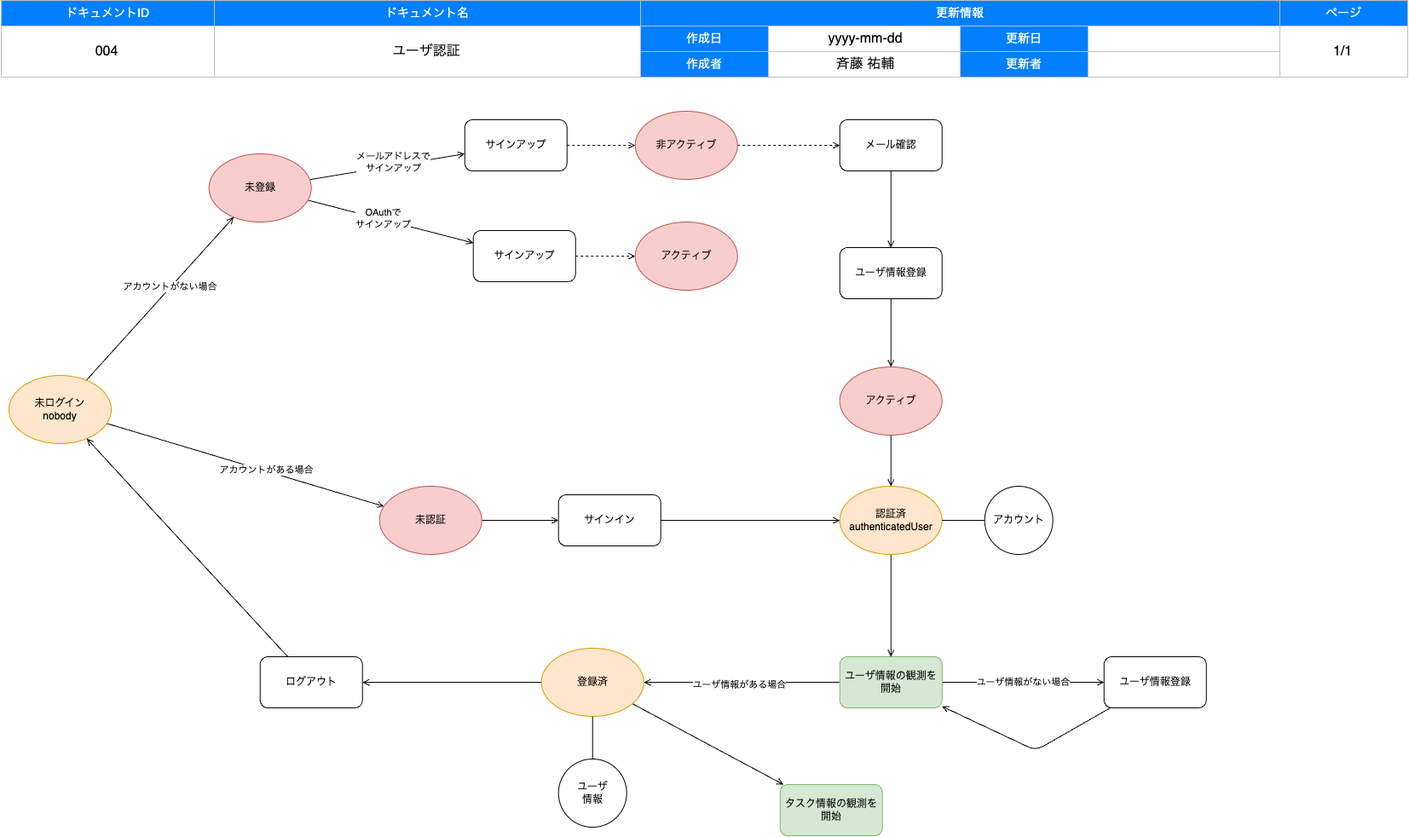
This is documents/authentication.drawio.png from uskithub/CABoilerplate, a draw.io export, as it was before one commit. Source tidied: cells renumbered, new cells last; positions are measured from the earlier drawing's top-left corner, leaving out a move shared by most shapes.
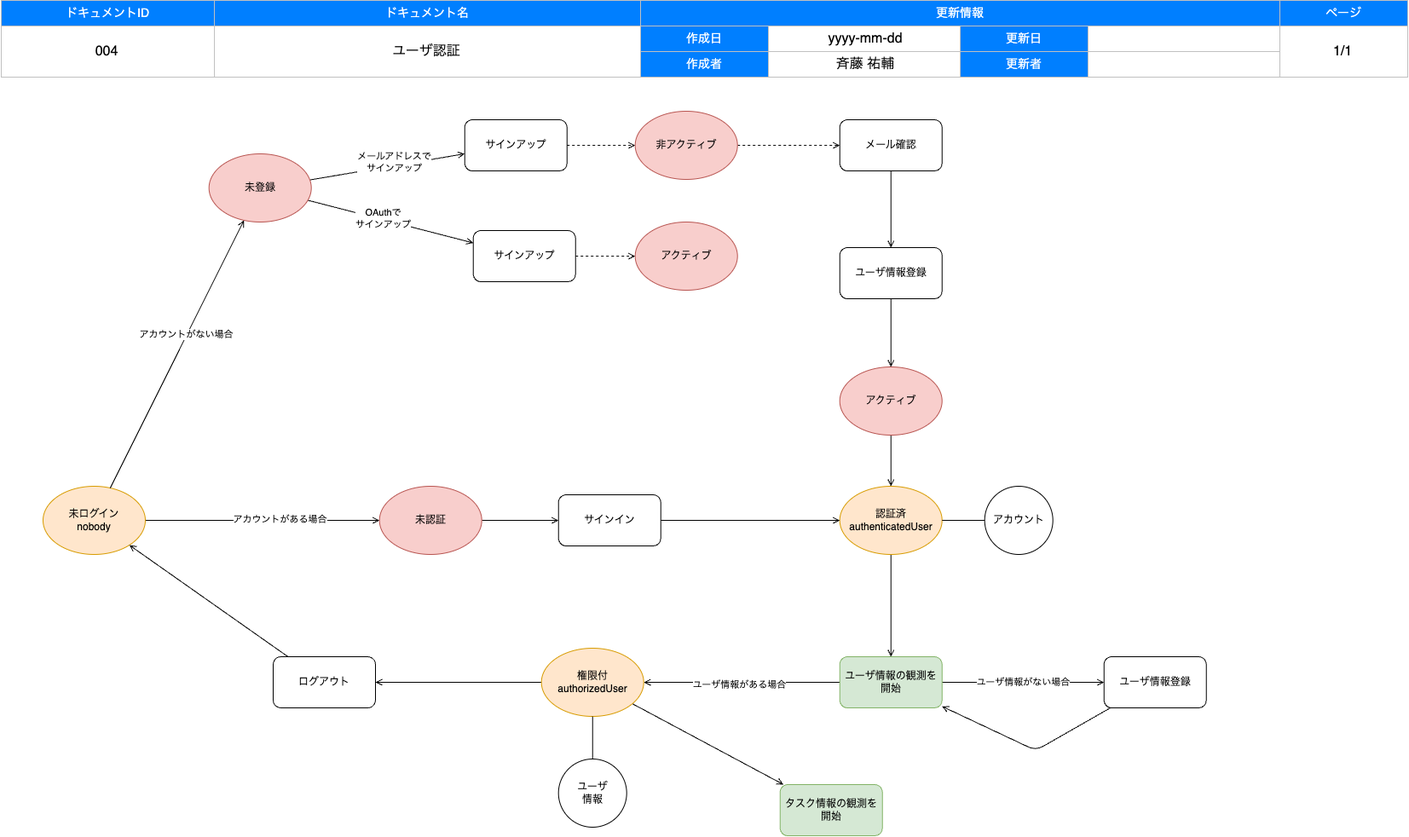
The same file after the commit.

Change to the diagram source:
```diff
@@ -74,7 +74,7 @@
       <mxGeometry x="0.14" y="2" relative="1" as="geometry" />
     </mxCell>
     <mxCell id="27" value="未ログイン&lt;br&gt;nobody" style="ellipse;whiteSpace=wrap;html=1;flipH=1;fillColor=#ffe6cc;strokeColor=#d79b00;" parent="24" vertex="1">
-      <mxGeometry x="10" y="440" width="120" height="80" as="geometry" />
+      <mxGeometry x="50" y="570" width="120" height="80" as="geometry" />
     </mxCell>
     <mxCell id="28" style="html=1;endArrow=open;endFill=0;" parent="24" edge="1" source="48" target="38">
       <mxGeometry relative="1" as="geometry" />
@@ -108,7 +108,7 @@
     <mxCell id="37" style="edgeStyle=none;html=1;endArrow=open;endFill=0;elbow=vertical;" parent="24" edge="1" source="38" target="52">
       <mxGeometry relative="1" as="geometry" />
     </mxCell>
-    <mxCell id="38" value="登録済" style="ellipse;whiteSpace=wrap;html=1;flipH=1;fillColor=#ffe6cc;strokeColor=#d79b00;" parent="24" vertex="1">
+    <mxCell id="38" value="権限付&lt;br&gt;authorizedUser" style="ellipse;whiteSpace=wrap;html=1;flipH=1;fillColor=#ffe6cc;strokeColor=#d79b00;" parent="24" vertex="1">
       <mxGeometry x="634.7" y="760" width="120" height="80" as="geometry" />
     </mxCell>
     <mxCell id="39" style="edgeStyle=none;html=1;endArrow=none;endFill=0;" parent="24" edge="1" source="38" target="40">
@@ -155,7 +155,7 @@
       <mxGeometry x="914.7" y="920" width="120" height="60" as="geometry" />
     </mxCell>
     <mxCell id="52" value="ログアウト" style="rounded=1;whiteSpace=wrap;html=1;" parent="24" vertex="1">
-      <mxGeometry x="304.7" y="770" width="120" height="60" as="geometry" />
+      <mxGeometry x="320" y="770" width="120" height="60" as="geometry" />
     </mxCell>
     <mxCell id="53" style="edgeStyle=none;html=1;endArrow=open;endFill=0;elbow=vertical;" parent="24" edge="1" source="55" target="46">
       <mxGeometry relative="1" as="geometry" />
```
